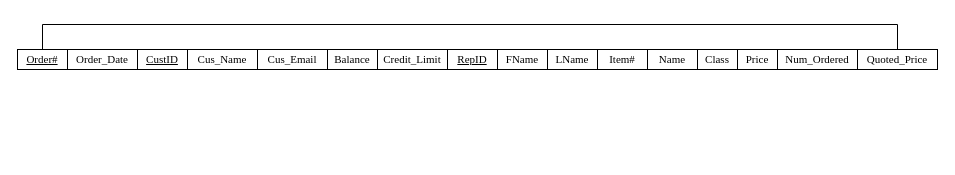
This is DBMS_HW3.drawio from AlexZhengLiu/DBMS_ER_PICS, a draw.io file, before an edit. Source tidied: cells renumbered, new cells numbered last; positions are measured from the earlier drawing's top-left corner, leaving out a move shared by most shapes. Both pictures are drawn from the tidied source at 100%, with x=0, y=0 at pixel (17, 24).
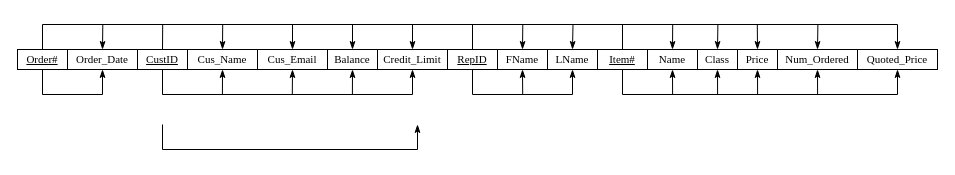
The same diagram, later.

The change refers to these unchanged cells:
```xml
<mxCell id="3" value="&lt;font style=&quot;font-size: 11px;&quot; face=&quot;Times New Roman&quot;&gt;&lt;u&gt;Order#&lt;/u&gt;&lt;/font&gt;" style="rounded=0;whiteSpace=wrap;html=1;" parent="1" vertex="1">
  <mxGeometry y="25" width="50" height="20" as="geometry" />
</mxCell>
<mxCell id="4" value="&lt;font style=&quot;font-size: 11px;&quot; face=&quot;Times New Roman&quot;&gt;Order_Date&lt;/font&gt;" style="rounded=0;whiteSpace=wrap;html=1;" parent="1" vertex="1">
  <mxGeometry x="50" y="25" width="70" height="20" as="geometry" />
</mxCell>
<mxCell id="5" value="&lt;font style=&quot;font-size: 11px;&quot; face=&quot;Times New Roman&quot;&gt;&lt;u&gt;CustID&lt;/u&gt;&lt;/font&gt;" style="rounded=0;whiteSpace=wrap;html=1;" parent="1" vertex="1">
  <mxGeometry x="120" y="25" width="50" height="20" as="geometry" />
</mxCell>
<mxCell id="6" value="&lt;font style=&quot;font-size: 11px;&quot; face=&quot;Times New Roman&quot;&gt;Cus_Name&lt;/font&gt;" style="rounded=0;whiteSpace=wrap;html=1;" parent="1" vertex="1">
  <mxGeometry x="170" y="25" width="70" height="20" as="geometry" />
</mxCell>
<mxCell id="7" value="&lt;font style=&quot;font-size: 11px;&quot; face=&quot;Times New Roman&quot;&gt;Cus_Email&lt;/font&gt;" style="rounded=0;whiteSpace=wrap;html=1;" parent="1" vertex="1">
  <mxGeometry x="240" y="25" width="70" height="20" as="geometry" />
</mxCell>
<mxCell id="8" value="&lt;font style=&quot;font-size: 11px;&quot; face=&quot;Times New Roman&quot;&gt;Balance&lt;/font&gt;" style="rounded=0;whiteSpace=wrap;html=1;" parent="1" vertex="1">
  <mxGeometry x="310" y="25" width="50" height="20" as="geometry" />
</mxCell>
<mxCell id="9" value="&lt;font style=&quot;font-size: 11px;&quot; face=&quot;Times New Roman&quot;&gt;Credit_Limit&lt;/font&gt;" style="rounded=0;whiteSpace=wrap;html=1;" parent="1" vertex="1">
  <mxGeometry x="360" y="25" width="70" height="20" as="geometry" />
</mxCell>
<mxCell id="10" value="&lt;font style=&quot;font-size: 11px;&quot; face=&quot;Times New Roman&quot;&gt;&lt;u&gt;RepID&lt;/u&gt;&lt;/font&gt;" style="rounded=0;whiteSpace=wrap;html=1;" parent="1" vertex="1">
  <mxGeometry x="430" y="25" width="50" height="20" as="geometry" />
</mxCell>
<mxCell id="11" value="&lt;font style=&quot;font-size: 11px;&quot; face=&quot;Times New Roman&quot;&gt;FName&lt;/font&gt;" style="rounded=0;whiteSpace=wrap;html=1;" parent="1" vertex="1">
  <mxGeometry x="480" y="25" width="50" height="20" as="geometry" />
</mxCell>
<mxCell id="12" value="&lt;font style=&quot;font-size: 11px;&quot; face=&quot;Times New Roman&quot;&gt;LName&lt;/font&gt;" style="rounded=0;whiteSpace=wrap;html=1;" parent="1" vertex="1">
  <mxGeometry x="530" y="25" width="50" height="20" as="geometry" />
</mxCell>
<mxCell id="14" value="&lt;font style=&quot;font-size: 11px;&quot; face=&quot;Times New Roman&quot;&gt;Name&lt;/font&gt;" style="rounded=0;whiteSpace=wrap;html=1;" parent="1" vertex="1">
  <mxGeometry x="630" y="25" width="50" height="20" as="geometry" />
</mxCell>
<mxCell id="15" value="&lt;font style=&quot;font-size: 11px;&quot; face=&quot;Times New Roman&quot;&gt;Class&lt;/font&gt;" style="rounded=0;whiteSpace=wrap;html=1;" parent="1" vertex="1">
  <mxGeometry x="680" y="25" width="40" height="20" as="geometry" />
</mxCell>
<mxCell id="16" value="&lt;font style=&quot;font-size: 11px;&quot; face=&quot;Times New Roman&quot;&gt;Price&lt;/font&gt;" style="rounded=0;whiteSpace=wrap;html=1;" parent="1" vertex="1">
  <mxGeometry x="720" y="25" width="40" height="20" as="geometry" />
</mxCell>
<mxCell id="17" value="&lt;font style=&quot;font-size: 11px;&quot; face=&quot;Times New Roman&quot;&gt;Num_Ordered&lt;/font&gt;" style="rounded=0;whiteSpace=wrap;html=1;" parent="1" vertex="1">
  <mxGeometry x="760" y="25" width="80" height="20" as="geometry" />
</mxCell>
<mxCell id="18" value="&lt;font style=&quot;font-size: 11px;&quot; face=&quot;Times New Roman&quot;&gt;Quoted_Price&lt;/font&gt;" style="rounded=0;whiteSpace=wrap;html=1;" parent="1" vertex="1">
  <mxGeometry x="840" y="25" width="80" height="20" as="geometry" />
</mxCell>
```

What changed in the source:
```diff
@@
-    <mxCell id="2" style="edgeStyle=orthogonalEdgeStyle;rounded=0;jettySize=auto;html=1;exitX=0.5;exitY=0;exitDx=0;exitDy=0;fontFamily=Times New Roman;fontSize=11;endArrow=none;endFill=0;entryX=0.5;entryY=0;entryDx=0;entryDy=0;" parent="1" edge="1" source="3" target="18">
+    <mxCell id="2" style="edgeStyle=orthogonalEdgeStyle;rounded=0;jettySize=auto;html=1;exitX=0.5;exitY=0;exitDx=0;exitDy=0;fontFamily=Times New Roman;fontSize=11;endArrow=classicThin;endFill=1;entryX=0.5;entryY=0;entryDx=0;entryDy=0;" parent="1" edge="1" source="3" target="18">
       <mxGeometry relative="1" as="geometry">
         <Array as="points">
           <mxPoint x="25" />
           <mxPoint x="880" />
         </Array>
       </mxGeometry>
     </mxCell>
+    <mxCell id="19" style="edgeStyle=orthogonalEdgeStyle;rounded=0;jettySize=auto;html=1;exitX=0.5;exitY=1;exitDx=0;exitDy=0;entryX=0.5;entryY=1;entryDx=0;entryDy=0;fontFamily=Times New Roman;fontSize=11;startArrow=none;startFill=0;endArrow=classicThin;endFill=1;" parent="1" edge="1" source="3" target="4">
+      <mxGeometry relative="1" as="geometry">
+        <Array as="points">
+          <mxPoint x="25" y="70" />
+          <mxPoint x="85" y="70" />
+        </Array>
+      </mxGeometry>
+    </mxCell>
@@
+    <mxCell id="20" style="edgeStyle=orthogonalEdgeStyle;rounded=0;jettySize=auto;html=1;exitX=0.5;exitY=0;exitDx=0;exitDy=0;fontFamily=Times New Roman;fontSize=11;endArrow=none;endFill=0;startArrow=classicThin;startFill=1;" parent="1" edge="1" source="4">
+      <mxGeometry relative="1" as="geometry">
+        <mxPoint x="85.3" as="targetPoint" />
+      </mxGeometry>
+    </mxCell>
@@
+    <mxCell id="21" style="edgeStyle=orthogonalEdgeStyle;rounded=0;jettySize=auto;html=1;exitX=0.5;exitY=0;exitDx=0;exitDy=0;fontFamily=Times New Roman;fontSize=11;startArrow=none;startFill=0;endArrow=none;endFill=0;" parent="1" edge="1" source="5">
+      <mxGeometry relative="1" as="geometry">
+        <mxPoint x="145.2" as="targetPoint" />
+      </mxGeometry>
+    </mxCell>
+    <mxCell id="22" style="edgeStyle=orthogonalEdgeStyle;rounded=0;jettySize=auto;html=1;exitX=0.5;exitY=1;exitDx=0;exitDy=0;entryX=0.5;entryY=1;entryDx=0;entryDy=0;fontFamily=Times New Roman;fontSize=11;startArrow=none;startFill=0;endArrow=classicThin;endFill=1;" parent="1" edge="1" source="5" target="9">
+      <mxGeometry relative="1" as="geometry">
+        <Array as="points">
+          <mxPoint x="145" y="70" />
+          <mxPoint x="395" y="70" />
+        </Array>
+      </mxGeometry>
+    </mxCell>
@@
+    <mxCell id="23" style="edgeStyle=orthogonalEdgeStyle;rounded=0;jettySize=auto;html=1;exitX=0.5;exitY=0;exitDx=0;exitDy=0;fontFamily=Times New Roman;fontSize=11;startArrow=classicThin;startFill=1;endArrow=none;endFill=0;" parent="1" edge="1" source="6">
+      <mxGeometry relative="1" as="geometry">
+        <mxPoint x="205.2" as="targetPoint" />
+      </mxGeometry>
+    </mxCell>
+    <mxCell id="24" style="edgeStyle=orthogonalEdgeStyle;rounded=0;jettySize=auto;html=1;exitX=0.5;exitY=1;exitDx=0;exitDy=0;fontFamily=Times New Roman;fontSize=11;startArrow=classicThin;startFill=1;endArrow=none;endFill=0;" parent="1" edge="1" source="6">
+      <mxGeometry relative="1" as="geometry">
+        <mxPoint x="204.9" y="70" as="targetPoint" />
+        <Array as="points">
+          <mxPoint x="205" y="50" />
+          <mxPoint x="205" y="50" />
+        </Array>
+      </mxGeometry>
+    </mxCell>
@@
+    <mxCell id="25" style="edgeStyle=orthogonalEdgeStyle;rounded=0;jettySize=auto;html=1;exitX=0.5;exitY=0;exitDx=0;exitDy=0;fontFamily=Times New Roman;fontSize=11;startArrow=classicThin;startFill=1;endArrow=none;endFill=0;" parent="1" edge="1" source="7">
+      <mxGeometry relative="1" as="geometry">
+        <mxPoint x="275" as="targetPoint" />
+      </mxGeometry>
+    </mxCell>
+    <mxCell id="26" style="edgeStyle=orthogonalEdgeStyle;rounded=0;jettySize=auto;html=1;exitX=0.5;exitY=1;exitDx=0;exitDy=0;fontFamily=Times New Roman;fontSize=11;startArrow=classicThin;startFill=1;endArrow=none;endFill=0;" parent="1" edge="1" source="7">
+      <mxGeometry relative="1" as="geometry">
+        <mxPoint x="274.8" y="70" as="targetPoint" />
+      </mxGeometry>
+    </mxCell>
@@
+    <mxCell id="27" style="edgeStyle=orthogonalEdgeStyle;rounded=0;jettySize=auto;html=1;exitX=0.5;exitY=0;exitDx=0;exitDy=0;fontFamily=Times New Roman;fontSize=11;startArrow=classicThin;startFill=1;endArrow=none;endFill=0;" parent="1" edge="1" source="8">
+      <mxGeometry relative="1" as="geometry">
+        <mxPoint x="335" as="targetPoint" />
+      </mxGeometry>
+    </mxCell>
+    <mxCell id="28" style="edgeStyle=orthogonalEdgeStyle;rounded=0;jettySize=auto;html=1;exitX=0.5;exitY=1;exitDx=0;exitDy=0;fontFamily=Times New Roman;fontSize=11;startArrow=classicThin;startFill=1;endArrow=none;endFill=0;" parent="1" edge="1" source="8">
+      <mxGeometry relative="1" as="geometry">
+        <mxPoint x="334.9" y="70" as="targetPoint" />
+      </mxGeometry>
+    </mxCell>
@@
+    <mxCell id="29" style="edgeStyle=orthogonalEdgeStyle;rounded=0;jettySize=auto;html=1;exitX=0.5;exitY=0;exitDx=0;exitDy=0;fontFamily=Times New Roman;fontSize=11;startArrow=classicThin;startFill=1;endArrow=none;endFill=0;" parent="1" edge="1" source="9">
+      <mxGeometry relative="1" as="geometry">
+        <mxPoint x="395" as="targetPoint" />
+      </mxGeometry>
+    </mxCell>
@@
+    <mxCell id="30" style="edgeStyle=orthogonalEdgeStyle;rounded=0;jettySize=auto;html=1;exitX=0.5;exitY=0;exitDx=0;exitDy=0;fontFamily=Times New Roman;fontSize=11;startArrow=none;startFill=0;endArrow=none;endFill=0;" parent="1" edge="1" source="10">
+      <mxGeometry relative="1" as="geometry">
+        <mxPoint x="455" as="targetPoint" />
+      </mxGeometry>
+    </mxCell>
+    <mxCell id="31" style="edgeStyle=orthogonalEdgeStyle;rounded=0;jettySize=auto;html=1;exitX=0.5;exitY=1;exitDx=0;exitDy=0;entryX=0.5;entryY=1;entryDx=0;entryDy=0;fontFamily=Times New Roman;fontSize=11;startArrow=none;startFill=0;endArrow=classicThin;endFill=1;" parent="1" edge="1" source="10" target="12">
+      <mxGeometry relative="1" as="geometry">
+        <Array as="points">
+          <mxPoint x="455" y="70" />
+          <mxPoint x="555" y="70" />
+        </Array>
+      </mxGeometry>
+    </mxCell>
@@
+    <mxCell id="32" style="edgeStyle=orthogonalEdgeStyle;rounded=0;jettySize=auto;html=1;exitX=0.5;exitY=0;exitDx=0;exitDy=0;fontFamily=Times New Roman;fontSize=11;startArrow=classicThin;startFill=1;endArrow=none;endFill=0;" parent="1" edge="1" source="11">
+      <mxGeometry relative="1" as="geometry">
+        <mxPoint x="505.3" as="targetPoint" />
+      </mxGeometry>
+    </mxCell>
+    <mxCell id="33" style="edgeStyle=orthogonalEdgeStyle;rounded=0;jettySize=auto;html=1;exitX=0.5;exitY=1;exitDx=0;exitDy=0;fontFamily=Times New Roman;fontSize=11;startArrow=classicThin;startFill=1;endArrow=none;endFill=0;" parent="1" edge="1" source="11">
+      <mxGeometry relative="1" as="geometry">
+        <mxPoint x="505.2" y="70" as="targetPoint" />
+      </mxGeometry>
+    </mxCell>
@@
+    <mxCell id="34" style="edgeStyle=orthogonalEdgeStyle;rounded=0;jettySize=auto;html=1;exitX=0.5;exitY=0;exitDx=0;exitDy=0;fontFamily=Times New Roman;fontSize=11;startArrow=classicThin;startFill=1;endArrow=none;endFill=0;" parent="1" edge="1" source="12">
+      <mxGeometry relative="1" as="geometry">
+        <mxPoint x="555.5" as="targetPoint" />
+      </mxGeometry>
+    </mxCell>
@@
+    <mxCell id="35" style="edgeStyle=orthogonalEdgeStyle;rounded=0;jettySize=auto;html=1;exitX=0.5;exitY=0;exitDx=0;exitDy=0;fontFamily=Times New Roman;fontSize=11;startArrow=none;startFill=0;endArrow=none;endFill=0;" parent="1" edge="1" source="13">
+      <mxGeometry relative="1" as="geometry">
+        <mxPoint x="605" as="targetPoint" />
+      </mxGeometry>
+    </mxCell>
+    <mxCell id="36" style="edgeStyle=orthogonalEdgeStyle;rounded=0;jettySize=auto;html=1;exitX=0.5;exitY=1;exitDx=0;exitDy=0;entryX=0.5;entryY=1;entryDx=0;entryDy=0;fontFamily=Times New Roman;fontSize=11;startArrow=none;startFill=0;endArrow=classicThin;endFill=1;" parent="1" edge="1" source="13" target="18">
+      <mxGeometry relative="1" as="geometry">
+        <Array as="points">
+          <mxPoint x="605" y="70" />
+          <mxPoint x="880" y="70" />
+        </Array>
+      </mxGeometry>
+    </mxCell>
-    <mxCell id="13" value="&lt;font style=&quot;font-size: 11px;&quot; face=&quot;Times New Roman&quot;&gt;Item#&lt;/font&gt;" style="rounded=0;whiteSpace=wrap;html=1;" parent="1" vertex="1">
+    <mxCell id="13" value="&lt;font style=&quot;font-size: 11px;&quot; face=&quot;Times New Roman&quot;&gt;&lt;u&gt;Item#&lt;/u&gt;&lt;/font&gt;" style="rounded=0;whiteSpace=wrap;html=1;" parent="1" vertex="1">
       <mxGeometry x="580" y="25" width="50" height="20" as="geometry" />
     </mxCell>
+    <mxCell id="37" style="edgeStyle=orthogonalEdgeStyle;rounded=0;jettySize=auto;html=1;exitX=0.5;exitY=0;exitDx=0;exitDy=0;fontFamily=Times New Roman;fontSize=11;startArrow=classicThin;startFill=1;endArrow=none;endFill=0;" parent="1" edge="1" source="14">
+      <mxGeometry relative="1" as="geometry">
+        <mxPoint x="655.2" as="targetPoint" />
+      </mxGeometry>
+    </mxCell>
+    <mxCell id="38" style="edgeStyle=orthogonalEdgeStyle;rounded=0;jettySize=auto;html=1;exitX=0.5;exitY=1;exitDx=0;exitDy=0;fontFamily=Times New Roman;fontSize=11;startArrow=classicThin;startFill=1;endArrow=none;endFill=0;" parent="1" edge="1" source="14">
+      <mxGeometry relative="1" as="geometry">
+        <mxPoint x="655.1" y="70" as="targetPoint" />
+      </mxGeometry>
+    </mxCell>
@@
+    <mxCell id="39" style="edgeStyle=orthogonalEdgeStyle;rounded=0;jettySize=auto;html=1;exitX=0.5;exitY=0;exitDx=0;exitDy=0;fontFamily=Times New Roman;fontSize=11;startArrow=classicThin;startFill=1;endArrow=none;endFill=0;" parent="1" edge="1" source="15">
+      <mxGeometry relative="1" as="geometry">
+        <mxPoint x="700.4" as="targetPoint" />
+      </mxGeometry>
+    </mxCell>
+    <mxCell id="40" style="edgeStyle=orthogonalEdgeStyle;rounded=0;jettySize=auto;html=1;exitX=0.5;exitY=1;exitDx=0;exitDy=0;fontFamily=Times New Roman;fontSize=11;startArrow=classicThin;startFill=1;endArrow=none;endFill=0;" parent="1" edge="1" source="15">
+      <mxGeometry relative="1" as="geometry">
+        <mxPoint x="700.1" y="70" as="targetPoint" />
+      </mxGeometry>
+    </mxCell>
@@
+    <mxCell id="41" style="edgeStyle=orthogonalEdgeStyle;rounded=0;jettySize=auto;html=1;exitX=0.5;exitY=0;exitDx=0;exitDy=0;fontFamily=Times New Roman;fontSize=11;startArrow=classicThin;startFill=1;endArrow=none;endFill=0;" parent="1" edge="1" source="16">
+      <mxGeometry relative="1" as="geometry">
+        <mxPoint x="739.8" as="targetPoint" />
+      </mxGeometry>
+    </mxCell>
+    <mxCell id="42" style="edgeStyle=orthogonalEdgeStyle;rounded=0;jettySize=auto;html=1;exitX=0.5;exitY=1;exitDx=0;exitDy=0;fontFamily=Times New Roman;fontSize=11;startArrow=classicThin;startFill=1;endArrow=none;endFill=0;" parent="1" edge="1" source="16">
+      <mxGeometry relative="1" as="geometry">
+        <mxPoint x="740.1" y="70" as="targetPoint" />
+      </mxGeometry>
+    </mxCell>
@@
+    <mxCell id="43" style="edgeStyle=orthogonalEdgeStyle;rounded=0;jettySize=auto;html=1;exitX=0.5;exitY=0;exitDx=0;exitDy=0;fontFamily=Times New Roman;fontSize=11;startArrow=classicThin;startFill=1;endArrow=none;endFill=0;" parent="1" edge="1" source="17">
+      <mxGeometry relative="1" as="geometry">
+        <mxPoint x="800.4" as="targetPoint" />
+      </mxGeometry>
+    </mxCell>
+    <mxCell id="44" style="edgeStyle=orthogonalEdgeStyle;rounded=0;jettySize=auto;html=1;exitX=0.5;exitY=1;exitDx=0;exitDy=0;fontFamily=Times New Roman;fontSize=11;startArrow=classicThin;startFill=1;endArrow=none;endFill=0;" parent="1" edge="1" source="17">
+      <mxGeometry relative="1" as="geometry">
+        <mxPoint x="800.1" y="70" as="targetPoint" />
+      </mxGeometry>
+    </mxCell>
@@
+    <mxCell id="45" style="edgeStyle=orthogonalEdgeStyle;rounded=0;orthogonalLoop=1;jettySize=auto;html=1;fontFamily=Times New Roman;fontSize=11;startArrow=none;startFill=0;endArrow=classicThin;endFill=1;" parent="1" edge="1">
+      <mxGeometry relative="1" as="geometry">
+        <mxPoint x="145" y="100" as="sourcePoint" />
+        <mxPoint x="400" y="100" as="targetPoint" />
+        <Array as="points">
+          <mxPoint x="145" y="125" />
+          <mxPoint x="400" y="125" />
+          <mxPoint x="400" y="100" />
+        </Array>
+      </mxGeometry>
+    </mxCell>
```
